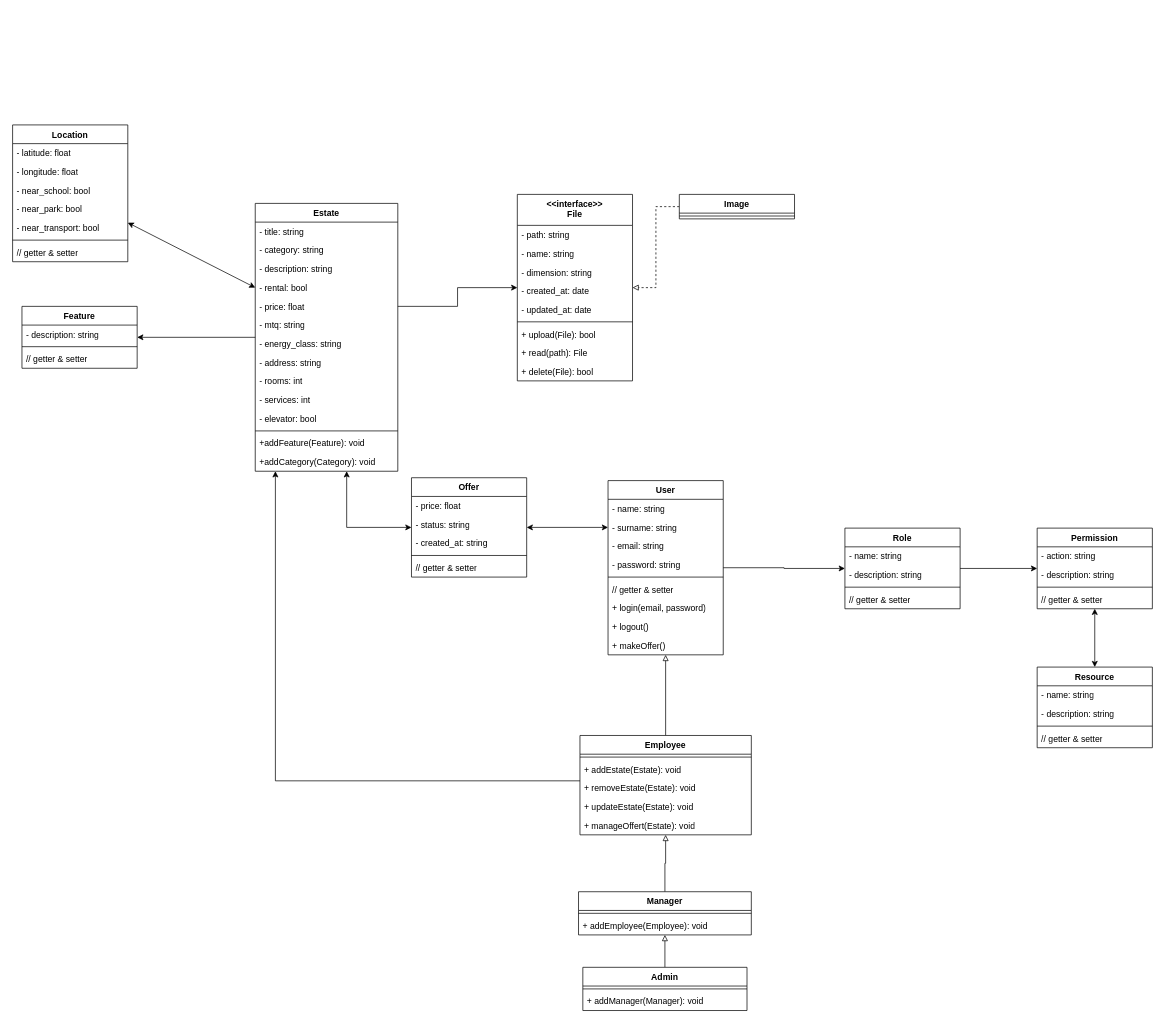
Lucalorenzo004/DietiEstates25 keeps this draw.io diagram as page "v.1.0" (1 of 2) of documentazione/class-diagram.drawio. Above is the earlier version. Source tidied: cells renumbered, new cells numbered last; positions are measured from the earlier drawing's top-left corner, leaving out a move shared by most shapes. Both pictures are drawn from the tidied source at 72%, with x=0, y=0 at pixel (12, 125).
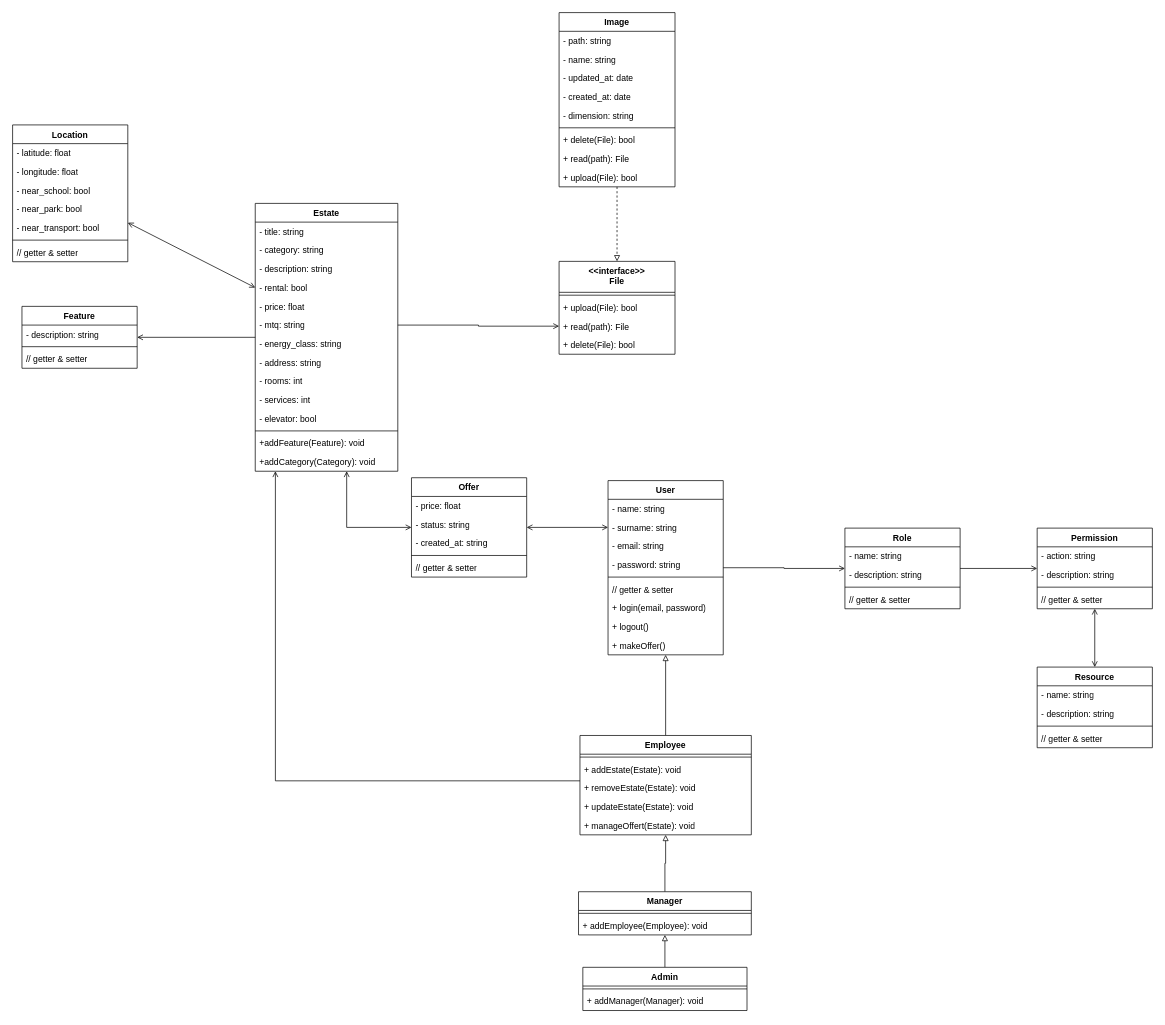
The same diagram, later.

Commit message:
versione 1.1 della documentazione class diagram

The change refers to these unchanged cells:
```xml
<mxCell id="3" value="User" style="swimlane;fontStyle=1;align=center;verticalAlign=top;horizontal=1;startSize=26;whiteSpace=wrap;html=1;" parent="1" vertex="1">
  <mxGeometry x="827" y="494" width="160" height="242" as="geometry" />
</mxCell>
<mxCell id="5" value="- surname: string" style="text;strokeColor=none;fillColor=none;align=left;verticalAlign=top;spacingLeft=4;spacingRight=4;overflow=hidden;points=[[0,0.5],[1,0.5]];portConstraint=eastwest;whiteSpace=wrap;html=1;" parent="3" vertex="1">
  <mxGeometry y="52" width="160" height="26" as="geometry" />
</mxCell>
<mxCell id="22" value="Employee" style="swimlane;fontStyle=1;align=center;verticalAlign=top;horizontal=1;startSize=26;whiteSpace=wrap;html=1;" parent="1" vertex="1">
  <mxGeometry x="788" y="848" width="238" height="138" as="geometry" />
</mxCell>
<mxCell id="30" value="Estate" style="swimlane;fontStyle=1;align=center;verticalAlign=top;horizontal=1;startSize=26;whiteSpace=wrap;html=1;" parent="1" vertex="1">
  <mxGeometry x="337" y="109" width="198" height="372" as="geometry" />
</mxCell>
<mxCell id="34" value="- rental: bool" style="text;strokeColor=none;fillColor=none;align=left;verticalAlign=top;spacingLeft=4;spacingRight=4;overflow=hidden;points=[[0,0.5],[1,0.5]];portConstraint=eastwest;whiteSpace=wrap;html=1;" parent="30" vertex="1">
  <mxGeometry y="104" width="198" height="26" as="geometry" />
</mxCell>
<mxCell id="35" value="- price: float" style="text;strokeColor=none;fillColor=none;align=left;verticalAlign=top;spacingLeft=4;spacingRight=4;overflow=hidden;points=[[0,0.5],[1,0.5]];portConstraint=eastwest;whiteSpace=wrap;html=1;" parent="30" vertex="1">
  <mxGeometry y="130" width="198" height="26" as="geometry" />
</mxCell>
<mxCell id="36" value="- mtq: string" style="text;strokeColor=none;fillColor=none;align=left;verticalAlign=top;spacingLeft=4;spacingRight=4;overflow=hidden;points=[[0,0.5],[1,0.5]];portConstraint=eastwest;whiteSpace=wrap;html=1;" parent="30" vertex="1">
  <mxGeometry y="156" width="198" height="26" as="geometry" />
</mxCell>
<mxCell id="45" value="Feature" style="swimlane;fontStyle=1;align=center;verticalAlign=top;horizontal=1;startSize=26;whiteSpace=wrap;html=1;" parent="1" vertex="1">
  <mxGeometry x="13" y="252" width="160" height="86" as="geometry" />
</mxCell>
<mxCell id="63" value="Role" style="swimlane;fontStyle=1;align=center;verticalAlign=top;horizontal=1;startSize=26;whiteSpace=wrap;html=1;" parent="1" vertex="1">
  <mxGeometry x="1156" y="560" width="160" height="112" as="geometry" />
</mxCell>
<mxCell id="68" value="Resource" style="swimlane;fontStyle=1;align=center;verticalAlign=top;horizontal=1;startSize=26;whiteSpace=wrap;html=1;" parent="1" vertex="1">
  <mxGeometry x="1423" y="753" width="160" height="112" as="geometry" />
</mxCell>
<mxCell id="76" value="Permission" style="swimlane;fontStyle=1;align=center;verticalAlign=top;horizontal=1;startSize=26;whiteSpace=wrap;html=1;" parent="1" vertex="1">
  <mxGeometry x="1423" y="560" width="160" height="112" as="geometry" />
</mxCell>
<mxCell id="81" value="Location" style="swimlane;fontStyle=1;align=center;verticalAlign=top;horizontal=1;startSize=26;whiteSpace=wrap;html=1;" parent="1" vertex="1">
  <mxGeometry width="160" height="190" as="geometry" />
</mxCell>
<mxCell id="90" value="Offer" style="swimlane;fontStyle=1;align=center;verticalAlign=top;horizontal=1;startSize=26;whiteSpace=wrap;html=1;" parent="1" vertex="1">
  <mxGeometry x="554" y="490" width="160" height="138" as="geometry" />
</mxCell>
```

The edit, as a diff of the source:
```diff
@@
-    <mxCell id="2" style="edgeStyle=orthogonalEdgeStyle;rounded=0;jettySize=auto;html=1;endArrow=classic;endFill=1;" parent="1" edge="1" source="3" target="63">
+    <mxCell id="2" style="edgeStyle=orthogonalEdgeStyle;rounded=0;jettySize=auto;html=1;endArrow=open;endFill=0;" parent="1" edge="1" source="3" target="63">
       <mxGeometry relative="1" as="geometry" />
     </mxCell>
@@
-    <mxCell id="28" style="edgeStyle=orthogonalEdgeStyle;rounded=0;jettySize=auto;html=1;endArrow=classic;endFill=1;" parent="1" edge="1" source="30" target="45">
+    <mxCell id="28" style="edgeStyle=orthogonalEdgeStyle;rounded=0;jettySize=auto;html=1;endArrow=open;endFill=0;" parent="1" edge="1" source="30" target="45">
       <mxGeometry relative="1" as="geometry" />
     </mxCell>
-    <mxCell id="29" style="rounded=0;jettySize=auto;html=1;endArrow=classic;endFill=1;startArrow=classic;startFill=1;exitX=0;exitY=0.5;exitDx=0;exitDy=0;" parent="1" edge="1" source="34" target="81">
+    <mxCell id="29" style="rounded=0;jettySize=auto;html=1;endArrow=open;endFill=0;startArrow=open;startFill=0;exitX=0;exitY=0.5;exitDx=0;exitDy=0;" parent="1" edge="1" source="34" target="81">
       <mxGeometry relative="1" as="geometry" />
     </mxCell>
@@
-    <mxCell id="49" value="&amp;lt;&amp;lt;interface&amp;gt;&amp;gt;&lt;br&gt;File" style="swimlane;fontStyle=1;align=center;verticalAlign=top;horizontal=1;startSize=43;whiteSpace=wrap;html=1;" parent="1" vertex="1">
-      <mxGeometry x="701" y="96.5" width="160" height="259" as="geometry" />
-    </mxCell>
-    <mxCell id="50" value="- path: string" style="text;strokeColor=none;fillColor=none;align=left;verticalAlign=top;spacingLeft=4;spacingRight=4;overflow=hidden;whiteSpace=wrap;html=1;" parent="49" vertex="1">
-      <mxGeometry y="43" width="160" height="26" as="geometry" />
-    </mxCell>
-    <mxCell id="51" value="- name: string" style="text;strokeColor=none;fillColor=none;align=left;verticalAlign=top;spacingLeft=4;spacingRight=4;overflow=hidden;whiteSpace=wrap;html=1;" parent="49" vertex="1">
-      <mxGeometry y="69" width="160" height="26" as="geometry" />
-    </mxCell>
-    <mxCell id="52" value="- dimension: string" style="text;strokeColor=none;fillColor=none;align=left;verticalAlign=top;spacingLeft=4;spacingRight=4;overflow=hidden;whiteSpace=wrap;html=1;" parent="49" vertex="1">
-      <mxGeometry y="95" width="160" height="26" as="geometry" />
-    </mxCell>
-    <mxCell id="53" value="- created_at: date" style="text;strokeColor=none;fillColor=none;align=left;verticalAlign=top;spacingLeft=4;spacingRight=4;overflow=hidden;whiteSpace=wrap;html=1;" parent="49" vertex="1">
-      <mxGeometry y="121" width="160" height="26" as="geometry" />
-    </mxCell>
-    <mxCell id="54" value="- updated_at: date" style="text;strokeColor=none;fillColor=none;align=left;verticalAlign=top;spacingLeft=4;spacingRight=4;overflow=hidden;whiteSpace=wrap;html=1;" parent="49" vertex="1">
-      <mxGeometry y="147" width="160" height="26" as="geometry" />
-    </mxCell>
-    <mxCell id="55" style="line;strokeWidth=1;fillColor=none;align=left;verticalAlign=middle;spacingTop=-1;spacingLeft=3;spacingRight=3;labelPosition=right;strokeColor=inherit;" parent="49" vertex="1">
-      <mxGeometry y="173" width="160" height="8" as="geometry" />
-    </mxCell>
-    <mxCell id="56" value="+ upload(File): bool" style="text;strokeColor=none;fillColor=none;align=left;verticalAlign=top;spacingLeft=4;spacingRight=4;overflow=hidden;whiteSpace=wrap;html=1;" parent="49" vertex="1">
-      <mxGeometry y="181" width="160" height="26" as="geometry" />
-    </mxCell>
-    <mxCell id="57" value="+ read(path): File" style="text;strokeColor=none;fillColor=none;align=left;verticalAlign=top;spacingLeft=4;spacingRight=4;overflow=hidden;whiteSpace=wrap;html=1;" parent="49" vertex="1">
-      <mxGeometry y="207" width="160" height="26" as="geometry" />
-    </mxCell>
-    <mxCell id="58" value="+ delete(File): bool" style="text;strokeColor=none;fillColor=none;align=left;verticalAlign=top;spacingLeft=4;spacingRight=4;overflow=hidden;whiteSpace=wrap;html=1;" parent="49" vertex="1">
-      <mxGeometry y="233" width="160" height="26" as="geometry" />
-    </mxCell>
-    <mxCell id="59" style="edgeStyle=orthogonalEdgeStyle;rounded=0;jettySize=auto;html=1;dashed=1;endArrow=block;endFill=0;" parent="1" edge="1" source="60" target="49">
-      <mxGeometry relative="1" as="geometry" />
-    </mxCell>
-    <mxCell id="60" value="Image" style="swimlane;fontStyle=1;align=center;verticalAlign=top;horizontal=1;startSize=26;whiteSpace=wrap;html=1;" parent="1" vertex="1">
-      <mxGeometry x="926" y="96.5" width="160" height="34" as="geometry" />
-    </mxCell>
-    <mxCell id="61" style="line;strokeWidth=1;fillColor=none;align=left;verticalAlign=middle;spacingTop=-1;spacingLeft=3;spacingRight=3;labelPosition=right;strokeColor=inherit;" parent="60" vertex="1">
-      <mxGeometry y="26" width="160" height="8" as="geometry" />
-    </mxCell>
-    <mxCell id="62" style="rounded=0;jettySize=auto;html=1;endArrow=classic;endFill=1;" parent="1" edge="1" source="63" target="76">
+    <mxCell id="62" style="rounded=0;jettySize=auto;html=1;endArrow=open;endFill=0;" parent="1" edge="1" source="63" target="76">
       <mxGeometry relative="1" as="geometry" />
     </mxCell>
@@
-    <mxCell id="73" style="edgeStyle=orthogonalEdgeStyle;rounded=0;jettySize=auto;html=1;endArrow=classic;endFill=1;" parent="1" edge="1" source="35" target="49">
-      <mxGeometry relative="1" as="geometry" />
-    </mxCell>
-    <mxCell id="74" style="edgeStyle=orthogonalEdgeStyle;rounded=0;jettySize=auto;html=1;endArrow=classic;endFill=1;" parent="1" edge="1" source="22" target="30">
+    <mxCell id="74" style="edgeStyle=orthogonalEdgeStyle;rounded=0;jettySize=auto;html=1;endArrow=open;endFill=0;" parent="1" edge="1" source="22" target="30">
       <mxGeometry relative="1" as="geometry">
         <Array as="points">
           <mxPoint x="365" y="911" />
         </Array>
       </mxGeometry>
     </mxCell>
-    <mxCell id="75" style="edgeStyle=orthogonalEdgeStyle;rounded=0;jettySize=auto;html=1;startArrow=classic;startFill=1;" parent="1" edge="1" source="68" target="76">
+    <mxCell id="75" style="edgeStyle=orthogonalEdgeStyle;rounded=0;jettySize=auto;html=1;startArrow=open;startFill=0;endArrow=open;endFill=0;" parent="1" edge="1" source="68" target="76">
       <mxGeometry relative="1" as="geometry" />
     </mxCell>
@@
-    <mxCell id="89" style="edgeStyle=orthogonalEdgeStyle;rounded=0;jettySize=auto;html=1;startArrow=classic;startFill=1;endArrow=classic;endFill=1;" parent="1" edge="1" source="90" target="30">
+    <mxCell id="89" style="edgeStyle=orthogonalEdgeStyle;rounded=0;jettySize=auto;html=1;startArrow=open;startFill=0;endArrow=open;endFill=0;" parent="1" edge="1" source="90" target="30">
       <mxGeometry relative="1" as="geometry">
         <Array as="points">
           <mxPoint x="464" y="559" />
         </Array>
       </mxGeometry>
     </mxCell>
@@
-    <mxCell id="96" style="edgeStyle=orthogonalEdgeStyle;rounded=0;jettySize=auto;html=1;entryX=1;entryY=0.5;entryDx=0;entryDy=0;startArrow=classic;startFill=1;" parent="1" edge="1" source="5" target="90">
+    <mxCell id="96" style="edgeStyle=orthogonalEdgeStyle;rounded=0;jettySize=auto;html=1;entryX=1;entryY=0.5;entryDx=0;entryDy=0;startArrow=open;startFill=0;endArrow=open;endFill=0;" parent="1" edge="1" source="5" target="90">
       <mxGeometry relative="1" as="geometry" />
     </mxCell>
+    <mxCell id="49" value="&amp;lt;&amp;lt;interface&amp;gt;&amp;gt;&lt;br&gt;File" style="swimlane;fontStyle=1;align=center;verticalAlign=top;horizontal=1;startSize=43;whiteSpace=wrap;html=1;" parent="1" vertex="1">
+      <mxGeometry x="759" y="189.5" width="161" height="129" as="geometry" />
+    </mxCell>
+    <mxCell id="97" style="line;strokeWidth=1;fillColor=none;align=left;verticalAlign=middle;spacingTop=-1;spacingLeft=3;spacingRight=3;labelPosition=right;strokeColor=inherit;" parent="49" vertex="1">
+      <mxGeometry y="43" width="161" height="8" as="geometry" />
+    </mxCell>
+    <mxCell id="98" value="+ upload(File): bool" style="text;strokeColor=none;fillColor=none;align=left;verticalAlign=top;spacingLeft=4;spacingRight=4;overflow=hidden;whiteSpace=wrap;html=1;" parent="49" vertex="1">
+      <mxGeometry y="51" width="161" height="26" as="geometry" />
+    </mxCell>
+    <mxCell id="99" value="+ read(path): File" style="text;strokeColor=none;fillColor=none;align=left;verticalAlign=top;spacingLeft=4;spacingRight=4;overflow=hidden;points=[[0,0.5],[1,0.5]];portConstraint=eastwest;whiteSpace=wrap;html=1;" parent="49" vertex="1">
+      <mxGeometry y="77" width="161" height="26" as="geometry" />
+    </mxCell>
+    <mxCell id="100" value="+ delete(File): bool" style="text;strokeColor=none;fillColor=none;align=left;verticalAlign=top;spacingLeft=4;spacingRight=4;overflow=hidden;whiteSpace=wrap;html=1;" parent="49" vertex="1">
+      <mxGeometry y="103" width="161" height="26" as="geometry" />
+    </mxCell>
+    <mxCell id="59" style="rounded=0;jettySize=auto;html=1;dashed=1;endArrow=block;endFill=0;" parent="1" edge="1" source="60" target="49">
+      <mxGeometry relative="1" as="geometry" />
+    </mxCell>
+    <mxCell id="60" value="Image" style="swimlane;fontStyle=1;align=center;verticalAlign=top;horizontal=1;startSize=26;whiteSpace=wrap;html=1;" parent="1" vertex="1">
+      <mxGeometry x="759" y="-156" width="161" height="242" as="geometry" />
+    </mxCell>
+    <mxCell id="50" value="- path: string" style="text;strokeColor=none;fillColor=none;align=left;verticalAlign=top;spacingLeft=4;spacingRight=4;overflow=hidden;whiteSpace=wrap;html=1;" parent="60" vertex="1">
+      <mxGeometry y="26" width="161" height="26" as="geometry" />
+    </mxCell>
+    <mxCell id="51" value="- name: string" style="text;strokeColor=none;fillColor=none;align=left;verticalAlign=top;spacingLeft=4;spacingRight=4;overflow=hidden;whiteSpace=wrap;html=1;" parent="60" vertex="1">
+      <mxGeometry y="52" width="161" height="26" as="geometry" />
+    </mxCell>
+    <mxCell id="54" value="- updated_at: date" style="text;strokeColor=none;fillColor=none;align=left;verticalAlign=top;spacingLeft=4;spacingRight=4;overflow=hidden;whiteSpace=wrap;html=1;" parent="60" vertex="1">
+      <mxGeometry y="78" width="161" height="26" as="geometry" />
+    </mxCell>
+    <mxCell id="53" value="- created_at: date" style="text;strokeColor=none;fillColor=none;align=left;verticalAlign=top;spacingLeft=4;spacingRight=4;overflow=hidden;whiteSpace=wrap;html=1;" parent="60" vertex="1">
+      <mxGeometry y="104" width="161" height="26" as="geometry" />
+    </mxCell>
+    <mxCell id="52" value="- dimension: string" style="text;strokeColor=none;fillColor=none;align=left;verticalAlign=top;spacingLeft=4;spacingRight=4;overflow=hidden;whiteSpace=wrap;html=1;" parent="60" vertex="1">
+      <mxGeometry y="130" width="161" height="26" as="geometry" />
+    </mxCell>
+    <mxCell id="101" style="line;strokeWidth=1;fillColor=none;align=left;verticalAlign=middle;spacingTop=-1;spacingLeft=3;spacingRight=3;labelPosition=right;strokeColor=inherit;" parent="60" vertex="1">
+      <mxGeometry y="156" width="161" height="8" as="geometry" />
+    </mxCell>
+    <mxCell id="102" value="+ delete(File): bool" style="text;strokeColor=none;fillColor=none;align=left;verticalAlign=top;spacingLeft=4;spacingRight=4;overflow=hidden;whiteSpace=wrap;html=1;" parent="60" vertex="1">
+      <mxGeometry y="164" width="161" height="26" as="geometry" />
+    </mxCell>
+    <mxCell id="103" value="+ read(path): File" style="text;strokeColor=none;fillColor=none;align=left;verticalAlign=top;spacingLeft=4;spacingRight=4;overflow=hidden;whiteSpace=wrap;html=1;" parent="60" vertex="1">
+      <mxGeometry y="190" width="161" height="26" as="geometry" />
+    </mxCell>
+    <mxCell id="104" value="+ upload(File): bool" style="text;strokeColor=none;fillColor=none;align=left;verticalAlign=top;spacingLeft=4;spacingRight=4;overflow=hidden;whiteSpace=wrap;html=1;" parent="60" vertex="1">
+      <mxGeometry y="216" width="161" height="26" as="geometry" />
+    </mxCell>
+    <mxCell id="105" style="edgeStyle=orthogonalEdgeStyle;rounded=0;jettySize=auto;html=1;exitX=1;exitY=0.5;exitDx=0;exitDy=0;entryX=0;entryY=0.5;entryDx=0;entryDy=0;endArrow=open;endFill=0;" parent="1" edge="1" source="36" target="99">
+      <mxGeometry relative="1" as="geometry" />
+    </mxCell>
```
